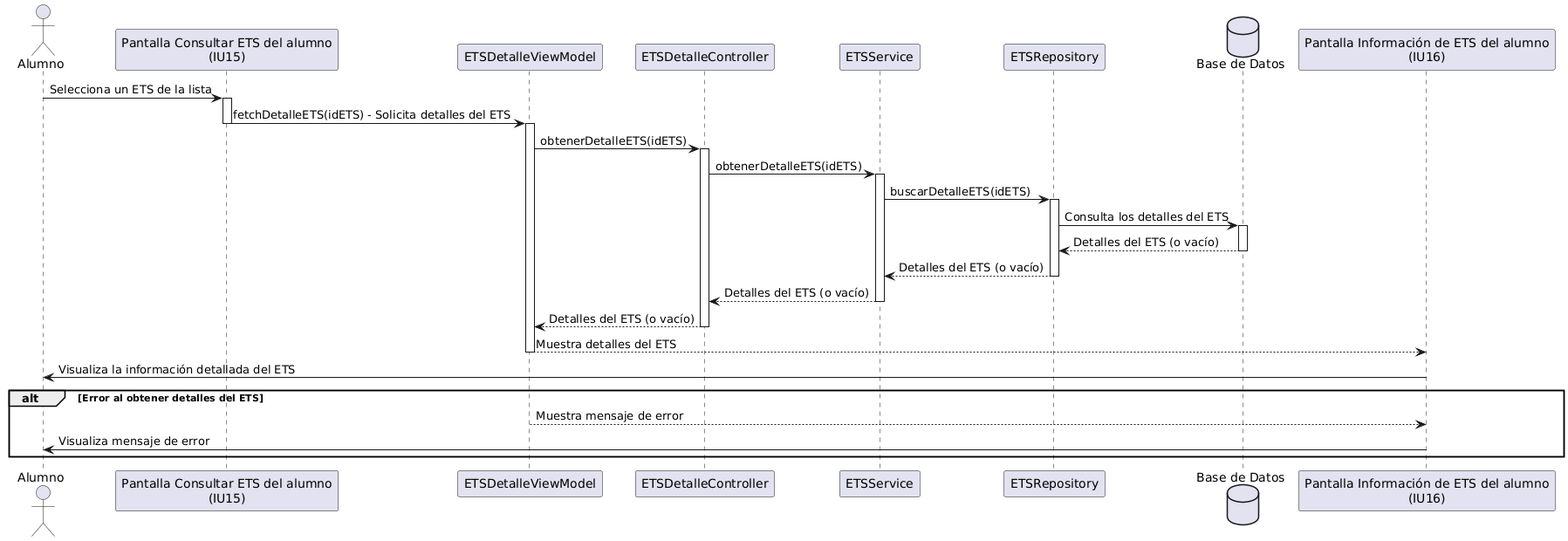
Above: Secuencia/CU-18.png in Jajr16/DocumentacionTT (PlantUML), before the change.
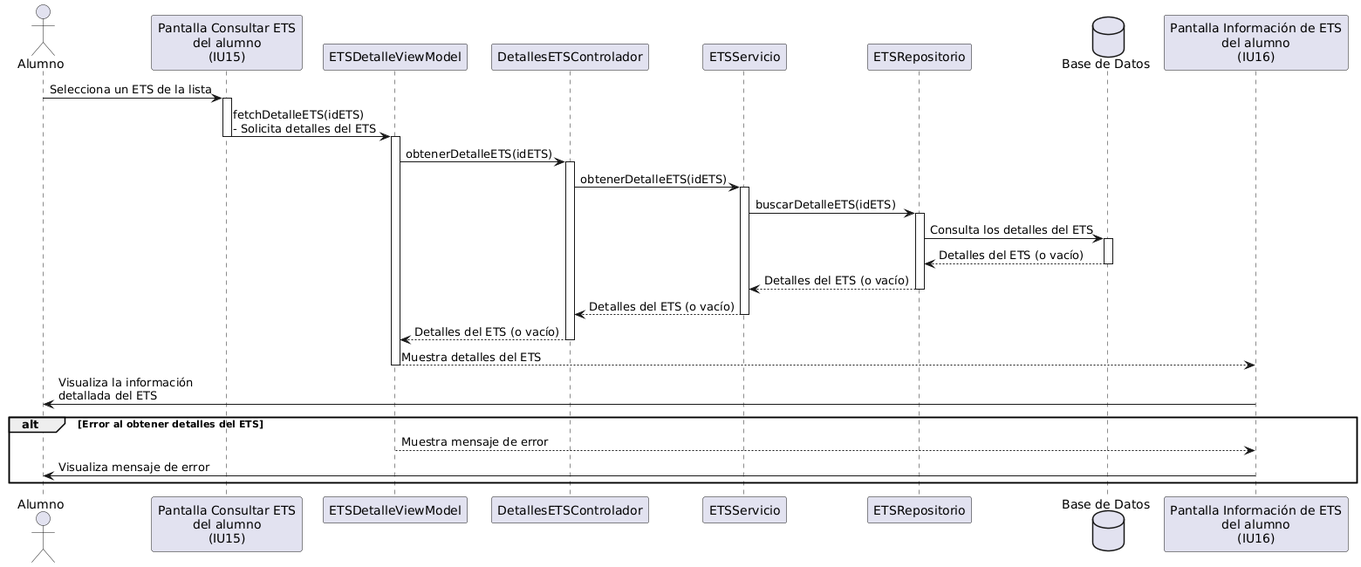
The same file after the commit.

Diff of the diagram source:
```diff
@@ -1,38 +1,38 @@
 @startuml
 actor "Alumno" as Alumno
-participant "Pantalla Consultar ETS del alumno\n(IU15)" as PantallaConsultarETS
+participant "Pantalla Consultar ETS\ndel alumno\n(IU15)" as PantallaConsultarETS
 participant ETSDetalleViewModel
-participant ETSDetalleController
-participant ETSService
-participant ETSRepository
+participant DetallesETSControlador
+participant ETSServicio
+participant ETSRepositorio
 database "Base de Datos" as BD
-participant "Pantalla Información de ETS del alumno\n(IU16)" as PantallaInformacionETS
+participant "Pantalla Información de ETS\ndel alumno\n(IU16)" as PantallaInformacionETS
 
 Alumno -> PantallaConsultarETS: Selecciona un ETS de la lista
 activate PantallaConsultarETS
 
-PantallaConsultarETS -> ETSDetalleViewModel: fetchDetalleETS(idETS) - Solicita detalles del ETS
+PantallaConsultarETS -> ETSDetalleViewModel: fetchDetalleETS(idETS)\n- Solicita detalles del ETS
 deactivate PantallaConsultarETS
 activate ETSDetalleViewModel
-ETSDetalleViewModel -> ETSDetalleController: obtenerDetalleETS(idETS)
-activate ETSDetalleController
-ETSDetalleController -> ETSService: obtenerDetalleETS(idETS)
-activate ETSService
-ETSService -> ETSRepository: buscarDetalleETS(idETS)
-activate ETSRepository
-ETSRepository -> BD: Consulta los detalles del ETS
+ETSDetalleViewModel -> DetallesETSControlador: obtenerDetalleETS(idETS)
+activate DetallesETSControlador
+DetallesETSControlador -> ETSServicio: obtenerDetalleETS(idETS)
+activate ETSServicio
+ETSServicio -> ETSRepositorio: buscarDetalleETS(idETS)
+activate ETSRepositorio
+ETSRepositorio -> BD: Consulta los detalles del ETS
 activate BD
-BD --> ETSRepository: Detalles del ETS (o vacío)
+BD --> ETSRepositorio: Detalles del ETS (o vacío)
 deactivate BD
-ETSRepository --> ETSService: Detalles del ETS (o vacío)
-deactivate ETSRepository
-ETSService --> ETSDetalleController: Detalles del ETS (o vacío)
-deactivate ETSService
-ETSDetalleController --> ETSDetalleViewModel: Detalles del ETS (o vacío)
-deactivate ETSDetalleController
+ETSRepositorio --> ETSServicio: Detalles del ETS (o vacío)
+deactivate ETSRepositorio
+ETSServicio --> DetallesETSControlador: Detalles del ETS (o vacío)
+deactivate ETSServicio
+DetallesETSControlador --> ETSDetalleViewModel: Detalles del ETS (o vacío)
+deactivate DetallesETSControlador
 ETSDetalleViewModel --> PantallaInformacionETS: Muestra detalles del ETS
 deactivate ETSDetalleViewModel
-PantallaInformacionETS -> Alumno: Visualiza la información detallada del ETS
+PantallaInformacionETS -> Alumno: Visualiza la información\ndetallada del ETS
 
 alt Error al obtener detalles del ETS
   ETSDetalleViewModel --> PantallaInformacionETS: Muestra mensaje de error
```
